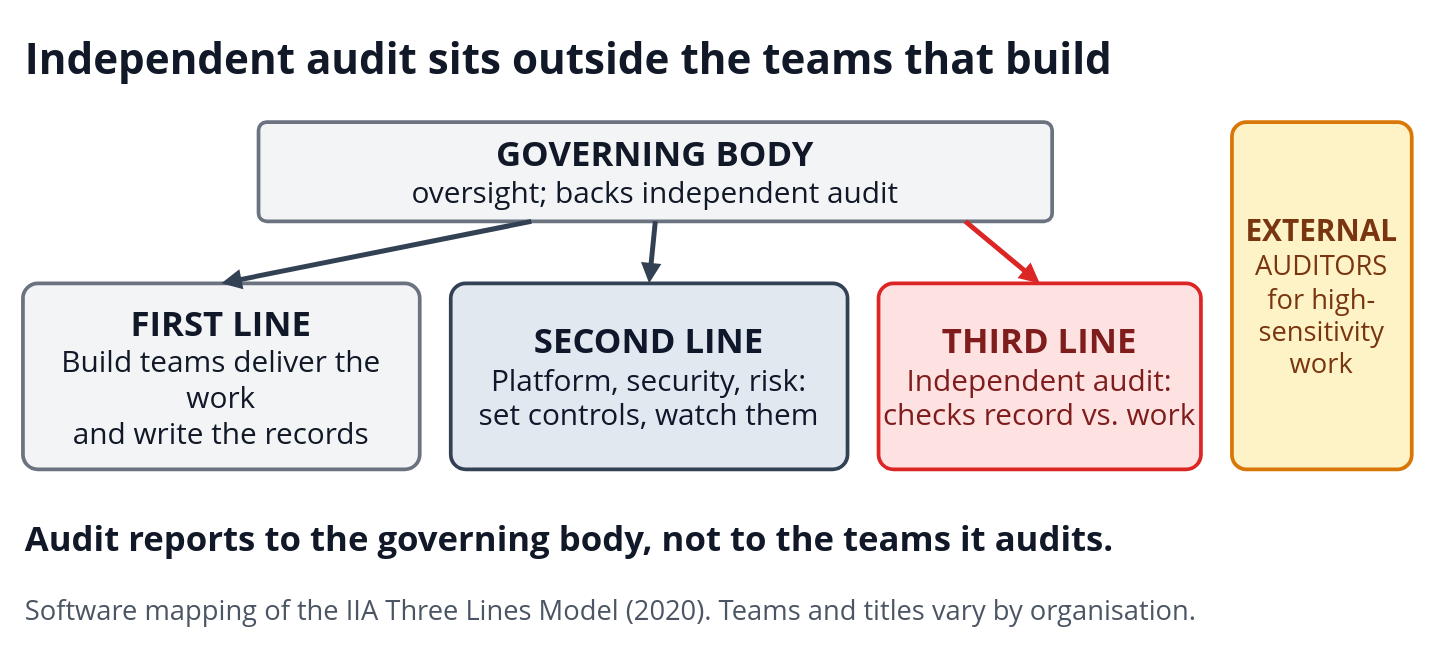
i-asimkhan/ledger-layer-pattern keeps this draw.io diagram as diagrams/03-three-lines-for-software.drawio. Above is the earlier version. Source tidied: cells renumbered, new cells numbered last; positions are measured from the earlier drawing's top-left corner, leaving out a move shared by most shapes. Both pictures are drawn from the tidied source at 124%, with x=0, y=0 at pixel (22, 26).
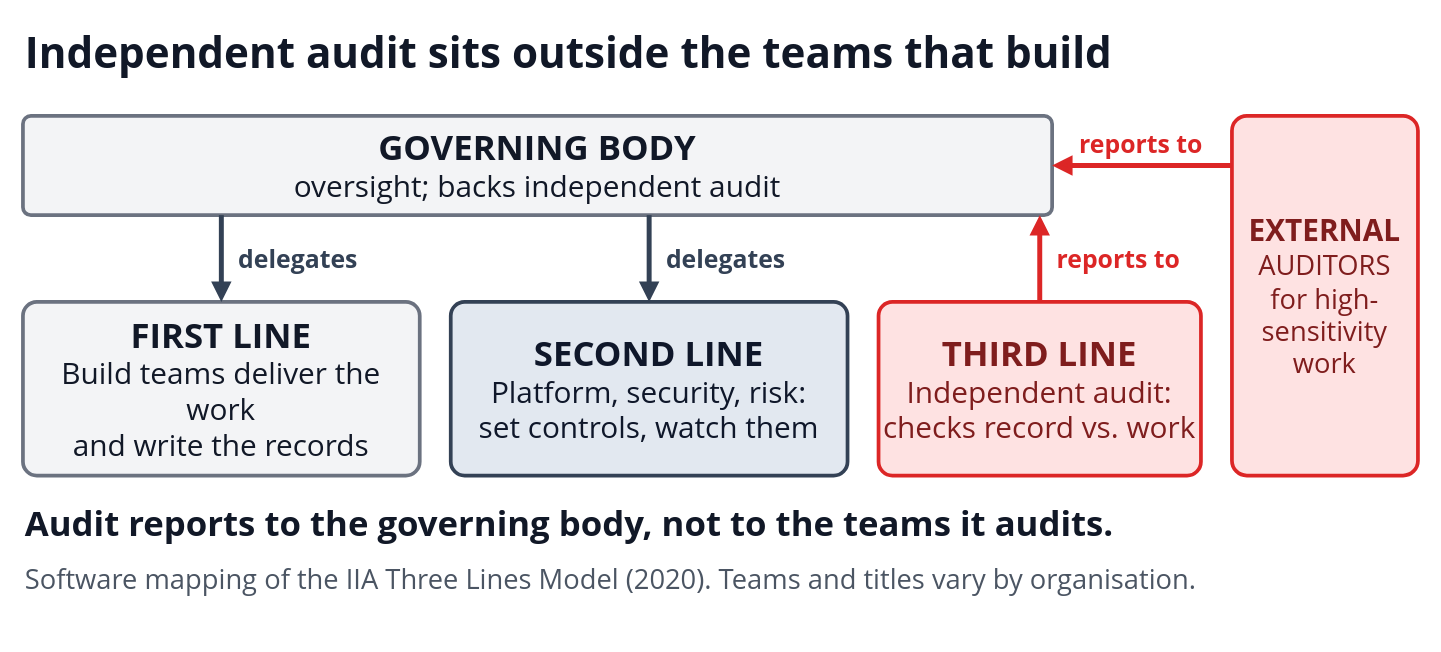
After the change.

The edit, as a diff of the source:
```diff
@@
     <mxCell id="2" value="Independent audit sits outside the teams that build" style="text;html=1;strokeColor=none;fillColor=none;whiteSpace=wrap;verticalAlign=middle;align=left;fontSize=34;fontColor=#111827;fontFamily=Segoe UI;fontStyle=1;" parent="1" vertex="1">
-      <mxGeometry width="1120" height="52" as="geometry" />
+      <mxGeometry y="-4" width="1120" height="50" as="geometry" />
     </mxCell>
     <mxCell id="3" value="&lt;span style=&quot;font-size:28px&quot;&gt;&lt;b&gt;GOVERNING BODY&lt;/b&gt;&lt;/span&gt;&lt;br&gt;&lt;span style=&quot;font-size:24px&quot;&gt;oversight; backs independent audit&lt;/span&gt;" style="rounded=1;arcSize=8;whiteSpace=wrap;html=1;fillColor=#F3F4F6;strokeColor=#6B7280;fontColor=#111827;strokeWidth=3;align=center;verticalAlign=middle;fontSize=24;fontFamily=Segoe UI;" parent="1" vertex="1">
-      <mxGeometry x="190" y="77" width="640" height="80" as="geometry" />
+      <mxGeometry y="72" width="830" height="80" as="geometry" />
     </mxCell>
     <mxCell id="4" value="&lt;span style=&quot;font-size:28px&quot;&gt;&lt;b&gt;FIRST LINE&lt;/b&gt;&lt;/span&gt;&lt;br&gt;&lt;span style=&quot;font-size:24px&quot;&gt;Build teams deliver the work&lt;/span&gt;&lt;br&gt;&lt;span style=&quot;font-size:24px&quot;&gt;and write the records&lt;/span&gt;" style="rounded=1;arcSize=8;whiteSpace=wrap;html=1;fillColor=#F3F4F6;strokeColor=#6B7280;fontColor=#111827;strokeWidth=3;align=center;verticalAlign=middle;fontSize=24;fontFamily=Segoe UI;" parent="1" vertex="1">
-      <mxGeometry y="207" width="320" height="150" as="geometry" />
+      <mxGeometry y="222" width="320" height="140" as="geometry" />
     </mxCell>
     <mxCell id="5" value="&lt;span style=&quot;font-size:28px&quot;&gt;&lt;b&gt;SECOND LINE&lt;/b&gt;&lt;/span&gt;&lt;br&gt;&lt;span style=&quot;font-size:24px&quot;&gt;Platform, security, risk:&lt;/span&gt;&lt;br&gt;&lt;span style=&quot;font-size:24px&quot;&gt;set controls, watch them&lt;/span&gt;" style="rounded=1;arcSize=8;whiteSpace=wrap;html=1;fillColor=#E2E8F0;strokeColor=#334155;fontColor=#0F172A;strokeWidth=3;align=center;verticalAlign=middle;fontSize=24;fontFamily=Segoe UI;" parent="1" vertex="1">
-      <mxGeometry x="345" y="207" width="320" height="150" as="geometry" />
+      <mxGeometry x="345" y="222" width="320" height="140" as="geometry" />
     </mxCell>
     <mxCell id="6" value="&lt;span style=&quot;font-size:28px&quot;&gt;&lt;b&gt;THIRD LINE&lt;/b&gt;&lt;/span&gt;&lt;br&gt;&lt;span style=&quot;font-size:24px&quot;&gt;Independent audit:&lt;/span&gt;&lt;br&gt;&lt;span style=&quot;font-size:24px&quot;&gt;checks record vs. work&lt;/span&gt;" style="rounded=1;arcSize=8;whiteSpace=wrap;html=1;fillColor=#FEE2E2;strokeColor=#DC2626;fontColor=#7F1D1D;strokeWidth=3;align=center;verticalAlign=middle;fontSize=24;fontFamily=Segoe UI;" parent="1" vertex="1">
-      <mxGeometry x="690" y="207" width="260" height="150" as="geometry" />
+      <mxGeometry x="690" y="222" width="260" height="140" as="geometry" />
     </mxCell>
-    <mxCell id="7" value="&lt;span style=&quot;font-size:24px&quot;&gt;&lt;b&gt;EXTERNAL&lt;/b&gt;&lt;/span&gt;&lt;br&gt;&lt;span style=&quot;font-size:22px&quot;&gt;AUDITORS&lt;/span&gt;&lt;br&gt;&lt;span style=&quot;font-size:22px&quot;&gt;for high-&lt;/span&gt;&lt;br&gt;&lt;span style=&quot;font-size:22px&quot;&gt;sensitivity&lt;/span&gt;&lt;br&gt;&lt;span style=&quot;font-size:22px&quot;&gt;work&lt;/span&gt;" style="rounded=1;arcSize=8;whiteSpace=wrap;html=1;fillColor=#FEF3C7;strokeColor=#D97706;fontColor=#78350F;strokeWidth=3;align=center;verticalAlign=middle;fontSize=22;fontFamily=Segoe UI;" parent="1" vertex="1">
-      <mxGeometry x="975" y="77" width="145" height="280" as="geometry" />
+    <mxCell id="7" value="&lt;span style=&quot;font-size:24px&quot;&gt;&lt;b&gt;EXTERNAL&lt;/b&gt;&lt;/span&gt;&lt;br&gt;&lt;span style=&quot;font-size:22px&quot;&gt;AUDITORS&lt;/span&gt;&lt;br&gt;&lt;span style=&quot;font-size:22px&quot;&gt;for high-&lt;/span&gt;&lt;br&gt;&lt;span style=&quot;font-size:22px&quot;&gt;sensitivity&lt;/span&gt;&lt;br&gt;&lt;span style=&quot;font-size:22px&quot;&gt;work&lt;/span&gt;" style="rounded=1;arcSize=8;whiteSpace=wrap;html=1;fillColor=#FEE2E2;strokeColor=#DC2626;fontColor=#7F1D1D;strokeWidth=3;align=center;verticalAlign=middle;fontSize=22;fontFamily=Segoe UI;" parent="1" vertex="1">
+      <mxGeometry x="975" y="72" width="150" height="290" as="geometry" />
     </mxCell>
     <mxCell id="8" style="endArrow=block;endFill=1;html=1;rounded=0;strokeColor=#334155;strokeWidth=4;" parent="1" edge="1">
       <mxGeometry relative="1" as="geometry">
-        <mxPoint x="410" y="157" as="sourcePoint" />
-        <mxPoint x="160" y="207" as="targetPoint" />
+        <mxPoint x="160" y="152" as="sourcePoint" />
+        <mxPoint x="160" y="222" as="targetPoint" />
       </mxGeometry>
     </mxCell>
-    <mxCell id="9" style="endArrow=block;endFill=1;html=1;rounded=0;strokeColor=#334155;strokeWidth=4;" parent="1" edge="1">
-      <mxGeometry relative="1" as="geometry">
-        <mxPoint x="510" y="157" as="sourcePoint" />
-        <mxPoint x="505" y="207" as="targetPoint" />
-      </mxGeometry>
+    <mxCell id="9" value="delegates" style="text;html=1;strokeColor=none;fillColor=none;whiteSpace=wrap;verticalAlign=middle;align=left;fontSize=20;fontColor=#334155;fontFamily=Segoe UI;fontStyle=1;" parent="1" vertex="1">
+      <mxGeometry x="172" y="173" width="109" height="28" as="geometry" />
     </mxCell>
-    <mxCell id="10" style="endArrow=block;endFill=1;html=1;rounded=0;strokeColor=#DC2626;strokeWidth=4;" parent="1" edge="1">
+    <mxCell id="10" style="endArrow=block;endFill=1;html=1;rounded=0;strokeColor=#334155;strokeWidth=4;" parent="1" edge="1">
       <mxGeometry relative="1" as="geometry">
-        <mxPoint x="760" y="157" as="sourcePoint" />
-        <mxPoint x="820" y="207" as="targetPoint" />
+        <mxPoint x="505" y="152" as="sourcePoint" />
+        <mxPoint x="505" y="222" as="targetPoint" />
       </mxGeometry>
     </mxCell>
-    <mxCell id="11" value="Audit reports to the governing body, not to the teams it audits." style="text;html=1;strokeColor=none;fillColor=none;whiteSpace=wrap;verticalAlign=middle;align=left;fontSize=28;fontColor=#111827;fontFamily=Segoe UI;fontStyle=1;" parent="1" vertex="1">
-      <mxGeometry y="392" width="1120" height="40" as="geometry" />
+    <mxCell id="11" value="delegates" style="text;html=1;strokeColor=none;fillColor=none;whiteSpace=wrap;verticalAlign=middle;align=left;fontSize=20;fontColor=#334155;fontFamily=Segoe UI;fontStyle=1;" parent="1" vertex="1">
+      <mxGeometry x="517" y="173" width="109" height="28" as="geometry" />
     </mxCell>
-    <mxCell id="12" value="Software mapping of the IIA Three Lines Model (2020). Teams and titles vary by organisation." style="text;html=1;strokeColor=none;fillColor=none;whiteSpace=wrap;verticalAlign=middle;align=left;fontSize=22;fontColor=#4B5563;fontFamily=Segoe UI;fontStyle=0;" parent="1" vertex="1">
-      <mxGeometry y="452" width="1120" height="36" as="geometry" />
+    <mxCell id="12" style="endArrow=block;endFill=1;html=1;rounded=0;strokeColor=#DC2626;strokeWidth=4;" parent="1" edge="1">
+      <mxGeometry relative="1" as="geometry">
+        <mxPoint x="820" y="222" as="sourcePoint" />
+        <mxPoint x="820" y="152" as="targetPoint" />
+      </mxGeometry>
     </mxCell>
+    <mxCell id="13" value="reports to" style="text;html=1;strokeColor=none;fillColor=none;whiteSpace=wrap;verticalAlign=middle;align=left;fontSize=20;fontColor=#DC2626;fontFamily=Segoe UI;fontStyle=1;" parent="1" vertex="1">
+      <mxGeometry x="832" y="173" width="120" height="28" as="geometry" />
+    </mxCell>
+    <mxCell id="14" style="endArrow=block;endFill=1;html=1;rounded=0;strokeColor=#DC2626;strokeWidth=4;" parent="1" edge="1">
+      <mxGeometry relative="1" as="geometry">
+        <mxPoint x="975" y="112" as="sourcePoint" />
+        <mxPoint x="830" y="112" as="targetPoint" />
+      </mxGeometry>
+    </mxCell>
+    <mxCell id="15" value="reports to" style="text;html=1;strokeColor=none;fillColor=none;whiteSpace=wrap;verticalAlign=middle;align=center;fontSize=20;fontColor=#DC2626;fontFamily=Segoe UI;fontStyle=1;" parent="1" vertex="1">
+      <mxGeometry x="842" y="80" width="120" height="28" as="geometry" />
+    </mxCell>
+    <mxCell id="16" value="Audit reports to the governing body, not to the teams it audits." style="text;html=1;strokeColor=none;fillColor=none;whiteSpace=wrap;verticalAlign=middle;align=left;fontSize=28;fontColor=#111827;fontFamily=Segoe UI;fontStyle=1;" parent="1" vertex="1">
+      <mxGeometry y="380" width="1120" height="40" as="geometry" />
+    </mxCell>
+    <mxCell id="17" value="Software mapping of the IIA Three Lines Model (2020). Teams and titles vary by organisation." style="text;html=1;strokeColor=none;fillColor=none;whiteSpace=wrap;verticalAlign=middle;align=left;fontSize=22;fontColor=#4B5563;fontFamily=Segoe UI;fontStyle=0;" parent="1" vertex="1">
+      <mxGeometry y="428" width="1120" height="34" as="geometry" />
+    </mxCell>
```
